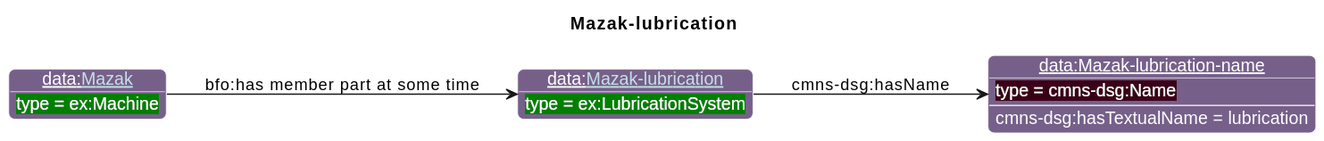
Above: diagrams/Mazak-lubrication.svg in iofoundry/example-syseng-mtconnect (PlantUML), before the change.
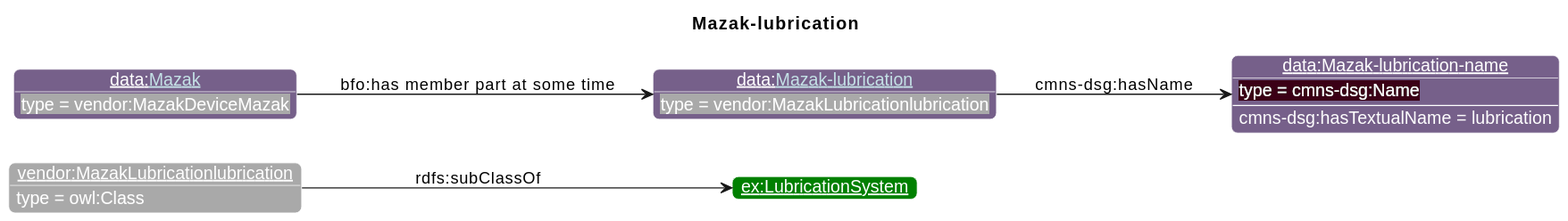
After the commit.

Diff of the diagram source:
```diff
@@ -19,10 +19,13 @@
                       "ns1":"76608A",
 "ex":"Green","data":"76608A","core":"000000","units":"8A2D3B","qp":"641B2E","cmns-dsg":"3A0519"
 }
-individual(o1, data:[[./Mazak-lubrication.html Mazak-lubrication]], ex:LubricationSystem)
-individual(o2, data:Mazak-lubrication-name, cmns-dsg:Name)
-individual(o3, data:[[./Mazak.html Mazak]], ex:Machine)
-property(o1, cmns-dsg:hasName, o2)
-data(o2, cmns-dsg:hasTextualName, lubrication)
-property(o3, "bfo:has member part at some time", o1)
+individual(o1, vendor:MazakLubricationlubrication, owl:Class)
+individual(o2, ex:LubricationSystem)
+individual(o3, data:[[./Mazak-lubrication.html Mazak-lubrication]], vendor:MazakLubricationlubrication)
+individual(o4, data:Mazak-lubrication-name, cmns-dsg:Name)
+individual(o5, data:[[./Mazak.html Mazak]], vendor:MazakDeviceMazak)
+property(o1, rdfs:subClassOf, o2)
+property(o3, cmns-dsg:hasName, o4)
+data(o4, cmns-dsg:hasTextualName, lubrication)
+property(o5, "bfo:has member part at some time", o3)
 @enduml
```
